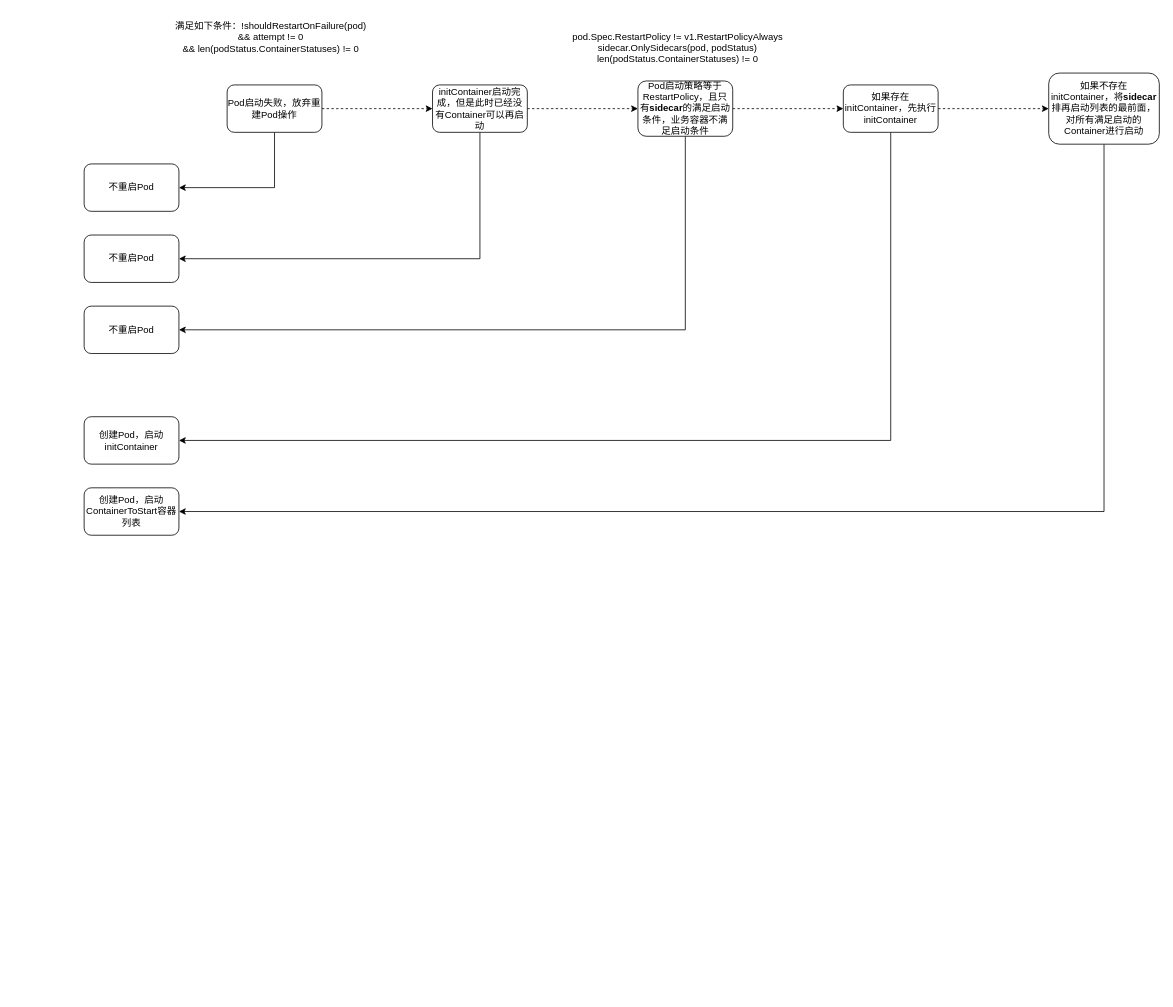
This is page "sidecar整改" (9 of 9) of kubelet/kubelet.drawio from jingrenzhou/drawio, a draw.io file, before an edit. Source tidied: cells renumbered, new cells numbered last; positions are measured from the earlier drawing's top-left corner, leaving out a move shared by most shapes. Both pictures are drawn from the tidied source at 79%, with x=0, y=0 at pixel (84, 13).
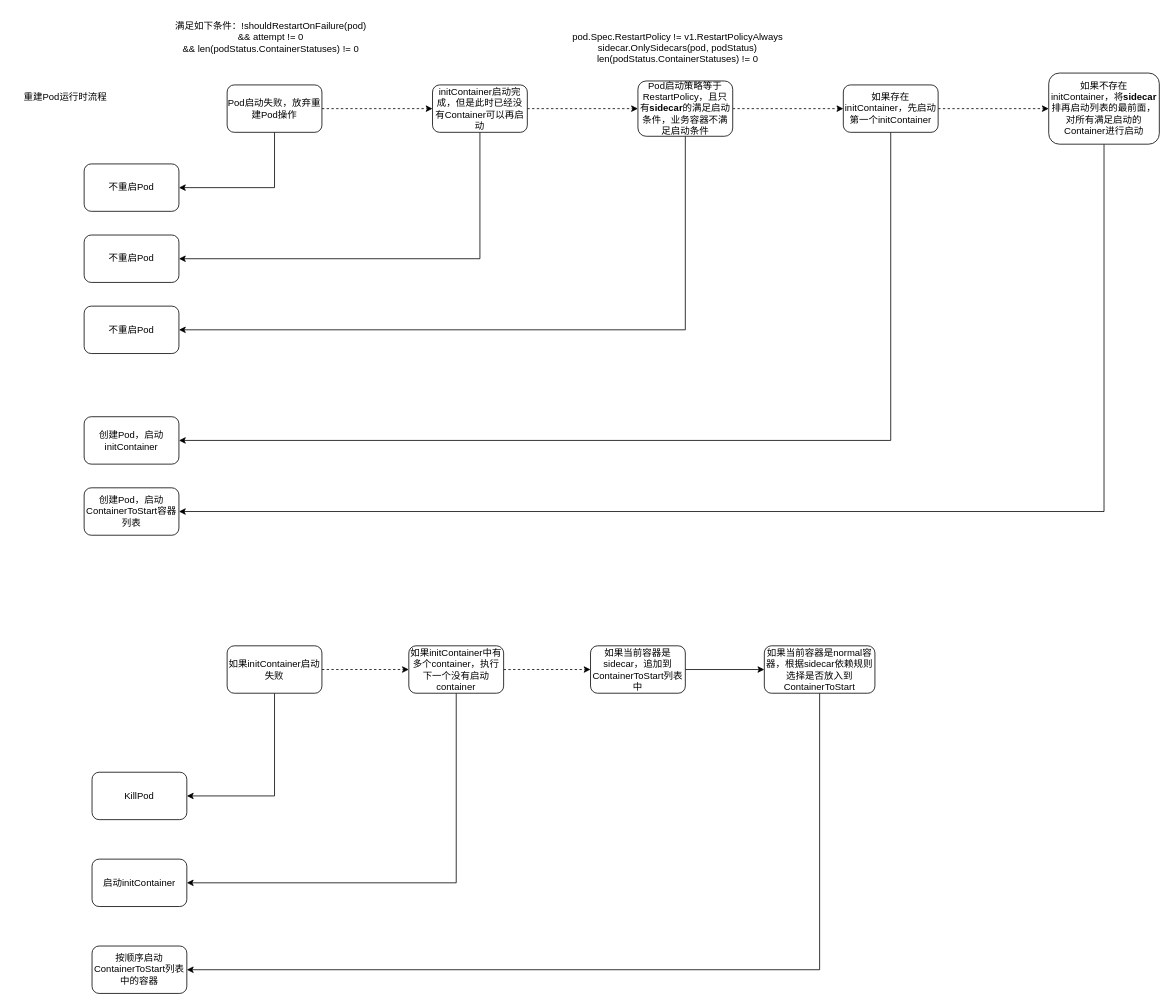
After the change.

Change to the diagram source:
```diff
@@
-    <mxCell id="15" value="如果存在initContainer，先执行initContainer" style="rounded=1;whiteSpace=wrap;html=1;" parent="1" vertex="1">
+    <mxCell id="15" value="如果存在initContainer，先启动第一个initContainer" style="rounded=1;whiteSpace=wrap;html=1;" parent="1" vertex="1">
       <mxGeometry x="961" y="90" width="120" height="60" as="geometry" />
     </mxCell>
@@
+    <mxCell id="23" value="重建Pod运行时流程" style="text;html=1;align=center;verticalAlign=middle;strokeColor=none;fillColor=none;" parent="1" vertex="1">
+      <mxGeometry x="-89" y="90" width="130" height="30" as="geometry" />
+    </mxCell>
+    <mxCell id="24" style="edgeStyle=orthogonalEdgeStyle;rounded=0;jettySize=auto;html=1;exitX=1;exitY=0.5;exitDx=0;exitDy=0;dashed=1;" parent="1" edge="1" source="26" target="30">
+      <mxGeometry relative="1" as="geometry" />
+    </mxCell>
+    <mxCell id="25" style="edgeStyle=orthogonalEdgeStyle;rounded=0;jettySize=auto;html=1;exitX=0.5;exitY=1;exitDx=0;exitDy=0;entryX=1;entryY=0.5;entryDx=0;entryDy=0;" parent="1" edge="1" source="26" target="27">
+      <mxGeometry relative="1" as="geometry" />
+    </mxCell>
+    <mxCell id="26" value="如果initContainer启动失败" style="rounded=1;whiteSpace=wrap;html=1;" parent="1" vertex="1">
+      <mxGeometry x="181" y="800" width="120" height="60" as="geometry" />
+    </mxCell>
+    <mxCell id="27" value="KillPod" style="rounded=1;whiteSpace=wrap;html=1;" parent="1" vertex="1">
+      <mxGeometry x="10" y="960" width="120" height="60" as="geometry" />
+    </mxCell>
+    <mxCell id="28" style="edgeStyle=orthogonalEdgeStyle;rounded=0;jettySize=auto;html=1;exitX=1;exitY=0.5;exitDx=0;exitDy=0;dashed=1;" parent="1" edge="1" source="30" target="32">
+      <mxGeometry relative="1" as="geometry" />
+    </mxCell>
+    <mxCell id="29" style="edgeStyle=orthogonalEdgeStyle;rounded=0;jettySize=auto;html=1;exitX=0.5;exitY=1;exitDx=0;exitDy=0;entryX=1;entryY=0.5;entryDx=0;entryDy=0;" parent="1" edge="1" source="30" target="36">
+      <mxGeometry relative="1" as="geometry" />
+    </mxCell>
+    <mxCell id="30" value="如果initContainer中有多个container，执行下一个没有启动container" style="rounded=1;whiteSpace=wrap;html=1;" parent="1" vertex="1">
+      <mxGeometry x="411" y="800" width="120" height="60" as="geometry" />
+    </mxCell>
+    <mxCell id="31" style="edgeStyle=orthogonalEdgeStyle;rounded=0;jettySize=auto;html=1;exitX=1;exitY=0.5;exitDx=0;exitDy=0;entryX=0;entryY=0.5;entryDx=0;entryDy=0;" parent="1" edge="1" source="32" target="34">
+      <mxGeometry relative="1" as="geometry" />
+    </mxCell>
+    <mxCell id="32" value="如果当前容器是sidecar，追加到ContainerToStart列表中" style="rounded=1;whiteSpace=wrap;html=1;" parent="1" vertex="1">
+      <mxGeometry x="641" y="800" width="120" height="60" as="geometry" />
+    </mxCell>
+    <mxCell id="33" style="edgeStyle=orthogonalEdgeStyle;rounded=0;jettySize=auto;html=1;exitX=0.5;exitY=1;exitDx=0;exitDy=0;entryX=1;entryY=0.5;entryDx=0;entryDy=0;" parent="1" edge="1" source="34" target="35">
+      <mxGeometry relative="1" as="geometry" />
+    </mxCell>
+    <mxCell id="34" value="如果当前容器是normal容器，根据sidecar依赖规则选择是否放入到ContainerToStart" style="rounded=1;whiteSpace=wrap;html=1;" parent="1" vertex="1">
+      <mxGeometry x="861" y="800" width="140" height="60" as="geometry" />
+    </mxCell>
+    <mxCell id="35" value="按顺序启动ContainerToStart列表中的容器" style="rounded=1;whiteSpace=wrap;html=1;" parent="1" vertex="1">
+      <mxGeometry x="10" y="1180" width="120" height="60" as="geometry" />
+    </mxCell>
+    <mxCell id="36" value="启动initContainer" style="rounded=1;whiteSpace=wrap;html=1;" parent="1" vertex="1">
+      <mxGeometry x="10" y="1070" width="120" height="60" as="geometry" />
+    </mxCell>
```
